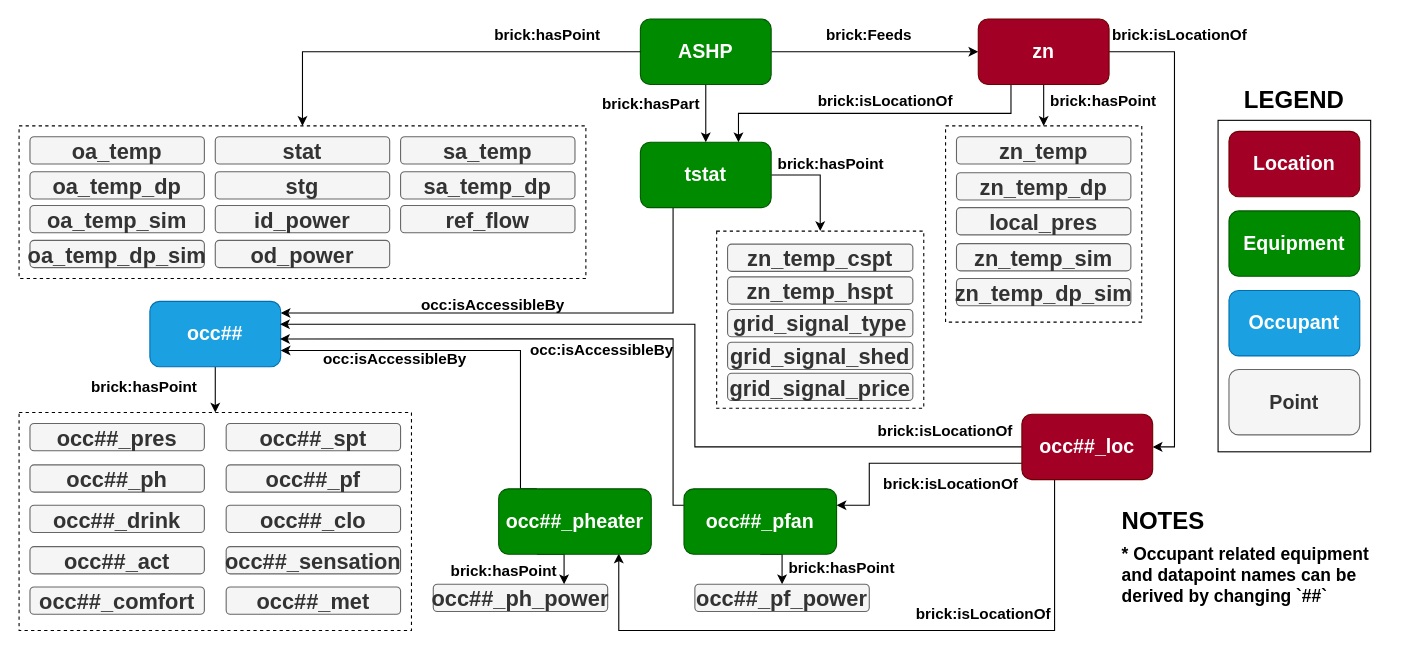
This is page "Page-2" (2 of 2) of assets/ashp_brick_diagram.drawio from ZhelunChen/HILFT-ASHP-DEMO, a draw.io file, before an edit. Source tidied: cells renumbered, new cells numbered last; positions are measured from the earlier drawing's top-left corner, leaving out a move shared by most shapes. Both pictures are drawn from the tidied source at 109%, with x=0, y=0 at pixel (19, 19).
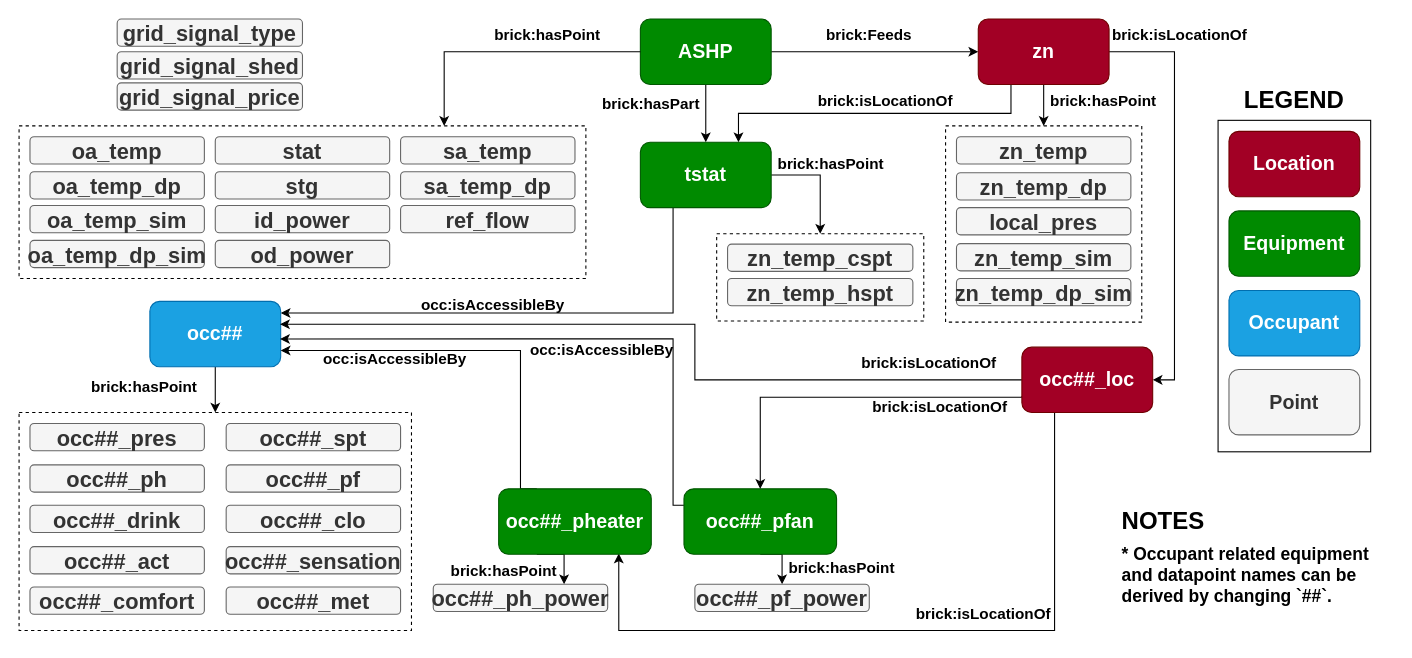
Above is the later version.

Unchanged cells that the change refers to:
```xml
<mxCell id="5" style="rounded=0;whiteSpace=wrap;html=1;fillColor=none;dashed=1;fontStyle=1;" parent="1" vertex="1">
  <mxGeometry y="98" width="520" height="140" as="geometry" />
</mxCell>
<mxCell id="8" value="&lt;font style=&quot;font-size: 18px;&quot;&gt;ASHP&lt;/font&gt;" style="rounded=1;whiteSpace=wrap;html=1;fillColor=#008a00;strokeColor=#005700;fontColor=#ffffff;fontStyle=1;" parent="1" vertex="1">
  <mxGeometry x="570" width="120" height="60" as="geometry" />
</mxCell>
<mxCell id="36" value="&lt;span style=&quot;font-size: 18px;&quot;&gt;occ##&lt;/span&gt;" style="rounded=1;whiteSpace=wrap;html=1;fillColor=#1ba1e2;strokeColor=#006EAF;fontColor=#ffffff;fontStyle=1;" parent="1" vertex="1">
  <mxGeometry x="120" y="259" width="120" height="60" as="geometry" />
</mxCell>
<mxCell id="55" value="&lt;font style=&quot;font-size: 18px;&quot;&gt;occ##_pfan&lt;/font&gt;" style="rounded=1;whiteSpace=wrap;html=1;fillColor=#008a00;strokeColor=#005700;fontColor=#ffffff;fontStyle=1;" parent="1" vertex="1">
  <mxGeometry x="610" y="431" width="140" height="60" as="geometry" />
</mxCell>
```

Diff of the diagram source:
```diff
@@
     <mxCell id="3" style="rounded=0;whiteSpace=wrap;html=1;fillColor=none;dashed=1;fontStyle=1;" parent="1" vertex="1">
-      <mxGeometry x="640" y="194.5" width="190" height="162.5" as="geometry" />
+      <mxGeometry x="640" y="197" width="190" height="80" as="geometry" />
     </mxCell>
@@
-    <mxCell id="14" style="edgeStyle=orthogonalEdgeStyle;rounded=0;jettySize=auto;html=1;exitX=0;exitY=0.5;exitDx=0;exitDy=0;entryX=0.5;entryY=0;entryDx=0;entryDy=0;fontStyle=1;" parent="1" edge="1" source="8" target="5">
+    <mxCell id="14" style="edgeStyle=orthogonalEdgeStyle;rounded=0;jettySize=auto;html=1;exitX=0;exitY=0.5;exitDx=0;exitDy=0;entryX=0.75;entryY=0;entryDx=0;entryDy=0;fontStyle=1;" parent="1" edge="1" source="8" target="5">
       <mxGeometry relative="1" as="geometry" />
     </mxCell>
@@
     <mxCell id="39" value="&lt;font style=&quot;font-size: 20px;&quot;&gt;zn_temp_hspt&lt;/font&gt;" style="rounded=1;whiteSpace=wrap;html=1;fillColor=#f5f5f5;strokeColor=#666666;fontColor=#333333;fontStyle=1;" parent="1" vertex="1">
-      <mxGeometry x="650" y="236.5" width="170" height="25" as="geometry" />
+      <mxGeometry x="650" y="238" width="170" height="25" as="geometry" />
     </mxCell>
@@
     <mxCell id="56" style="edgeStyle=orthogonalEdgeStyle;rounded=0;jettySize=auto;html=1;exitX=0;exitY=0.5;exitDx=0;exitDy=0;entryX=0.995;entryY=0.35;entryDx=0;entryDy=0;entryPerimeter=0;" parent="1" edge="1" source="59" target="36">
       <mxGeometry relative="1" as="geometry">
         <Array as="points">
-          <mxPoint x="620" y="392" />
+          <mxPoint x="620" y="331" />
           <mxPoint x="620" y="280" />
         </Array>
       </mxGeometry>
     </mxCell>
-    <mxCell id="57" style="edgeStyle=orthogonalEdgeStyle;rounded=0;jettySize=auto;html=1;exitX=0;exitY=0.75;exitDx=0;exitDy=0;entryX=1;entryY=0.25;entryDx=0;entryDy=0;" parent="1" edge="1" source="59" target="55">
+    <mxCell id="57" style="edgeStyle=orthogonalEdgeStyle;rounded=0;jettySize=auto;html=1;exitX=0;exitY=0.75;exitDx=0;exitDy=0;entryX=0.5;entryY=0;entryDx=0;entryDy=0;" parent="1" edge="1" source="59" target="55">
       <mxGeometry relative="1" as="geometry">
         <Array as="points">
-          <mxPoint x="780" y="408" />
-          <mxPoint x="780" y="446" />
+          <mxPoint x="680" y="347" />
         </Array>
       </mxGeometry>
     </mxCell>
@@
     <mxCell id="59" value="&lt;span style=&quot;font-size: 18px;&quot;&gt;occ##_loc&lt;/span&gt;" style="rounded=1;whiteSpace=wrap;html=1;fillColor=#a20025;strokeColor=#6F0000;fontColor=#ffffff;fontStyle=1;" parent="1" vertex="1">
-      <mxGeometry x="920" y="362.5" width="120" height="60" as="geometry" />
+      <mxGeometry x="920" y="301" width="120" height="60" as="geometry" />
     </mxCell>
@@
     <mxCell id="61" value="brick:isLocationOf" style="text;html=1;strokeColor=none;fillColor=none;align=center;verticalAlign=middle;whiteSpace=wrap;rounded=0;fontSize=14;fontStyle=1;" parent="1" vertex="1">
-      <mxGeometry x="795" y="362.5" width="110" height="30" as="geometry" />
+      <mxGeometry x="780" y="301" width="110" height="30" as="geometry" />
     </mxCell>
@@
     <mxCell id="73" value="brick:isLocationOf" style="text;html=1;strokeColor=none;fillColor=none;align=center;verticalAlign=middle;whiteSpace=wrap;rounded=0;fontSize=14;fontStyle=1;" parent="1" vertex="1">
-      <mxGeometry x="800" y="412" width="110" height="30" as="geometry" />
+      <mxGeometry x="790" y="341" width="110" height="30" as="geometry" />
     </mxCell>
@@
-    <mxCell id="75" value="&lt;b style=&quot;&quot;&gt;&lt;font style=&quot;font-size: 16px;&quot;&gt;* Occupant related equipment and datapoint names can be derived by changing `##`&amp;nbsp;&amp;nbsp;&lt;/font&gt;&lt;/b&gt;" style="text;html=1;strokeColor=none;fillColor=none;align=left;verticalAlign=middle;whiteSpace=wrap;rounded=0;" parent="1" vertex="1">
+    <mxCell id="75" value="&lt;b style=&quot;&quot;&gt;&lt;font style=&quot;font-size: 16px;&quot;&gt;* Occupant related equipment and datapoint names can be derived by changing `##`.&amp;nbsp;&amp;nbsp;&lt;/font&gt;&lt;/b&gt;" style="text;html=1;strokeColor=none;fillColor=none;align=left;verticalAlign=middle;whiteSpace=wrap;rounded=0;" parent="1" vertex="1">
       <mxGeometry x="1010" y="489" width="250" height="42" as="geometry" />
     </mxCell>
@@
     <mxCell id="82" value="&lt;font style=&quot;font-size: 20px;&quot;&gt;grid_signal_type&lt;/font&gt;" style="rounded=1;whiteSpace=wrap;html=1;fillColor=#f5f5f5;strokeColor=#666666;fontColor=#333333;fontStyle=1;" parent="1" vertex="1">
-      <mxGeometry x="650" y="266.5" width="170" height="25" as="geometry" />
+      <mxGeometry x="90" width="170" height="25" as="geometry" />
     </mxCell>
     <mxCell id="83" value="&lt;font style=&quot;font-size: 20px;&quot;&gt;grid_signal_shed&lt;/font&gt;" style="rounded=1;whiteSpace=wrap;html=1;fillColor=#f5f5f5;strokeColor=#666666;fontColor=#333333;fontStyle=1;" parent="1" vertex="1">
-      <mxGeometry x="650" y="296.5" width="170" height="25" as="geometry" />
+      <mxGeometry x="90" y="30" width="170" height="25" as="geometry" />
     </mxCell>
     <mxCell id="84" value="&lt;font style=&quot;font-size: 20px;&quot;&gt;grid_signal_price&lt;/font&gt;" style="rounded=1;whiteSpace=wrap;html=1;fillColor=#f5f5f5;strokeColor=#666666;fontColor=#333333;fontStyle=1;" parent="1" vertex="1">
-      <mxGeometry x="650" y="325" width="170" height="25" as="geometry" />
+      <mxGeometry x="90" y="58.5" width="170" height="25" as="geometry" />
     </mxCell>
```
